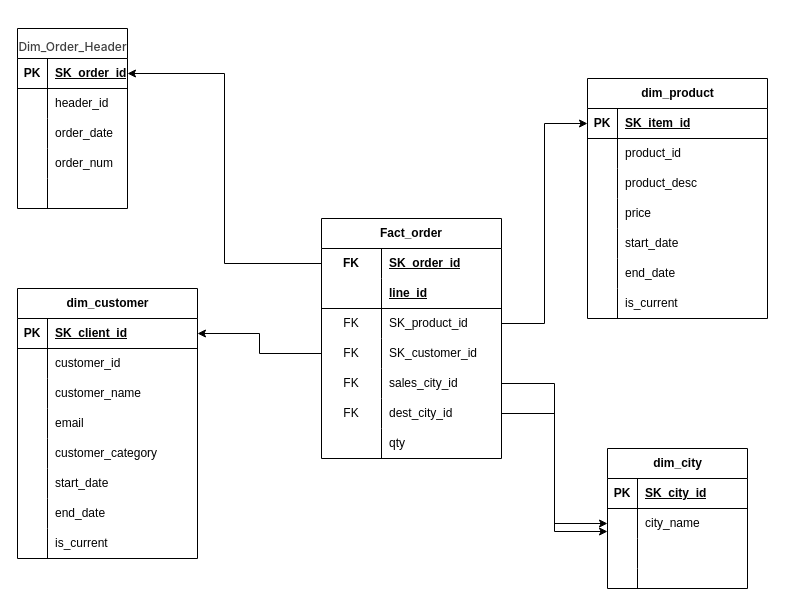
Before: DEV-1-certification/pg-attestation-2/practice/Схема звезда.drawio in nesrv/PG-DEV, a draw.io diagram. Source tidied: cells renumbered, new cells numbered last; positions are measured from the earlier drawing's top-left corner, leaving out a move shared by most shapes. Both pictures are drawn from the tidied source at 100%, with x=0, y=0 at pixel (17, 28).
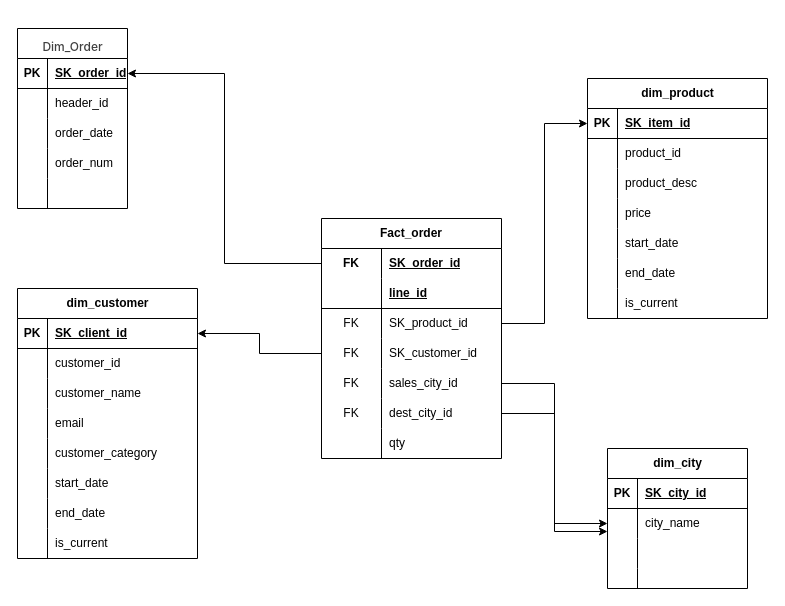
After the change.

What changed in the source:
```diff
@@
-    <mxCell id="2" value="&lt;h3 style=&quot;font-weight: 500; line-height: 1.5; margin: 18.288px 0px 13.716px; color: rgb(64, 64, 64); font-family: quote-cjk-patch, Inter, system-ui, -apple-system, BlinkMacSystemFont, &amp;quot;Segoe UI&amp;quot;, Roboto, &amp;quot;Noto Sans&amp;quot;, Ubuntu, Cantarell, &amp;quot;Helvetica Neue&amp;quot;, Oxygen, &amp;quot;Open Sans&amp;quot;, sans-serif; text-align: start; text-wrap-mode: wrap; background-color: rgb(255, 255, 255);&quot;&gt;&lt;font style=&quot;font-size: 12px;&quot;&gt;Dim_Order_Header&lt;/font&gt;&lt;/h3&gt;" style="shape=table;startSize=30;childLayout=tableLayout;rowLines=0;fontStyle=1;align=center;html=1;" parent="1" vertex="1">
+    <mxCell id="2" value="&lt;h3 style=&quot;font-weight: 500; line-height: 1.5; margin: 18.288px 0px 13.716px; color: rgb(64, 64, 64); font-family: quote-cjk-patch, Inter, system-ui, -apple-system, BlinkMacSystemFont, &amp;quot;Segoe UI&amp;quot;, Roboto, &amp;quot;Noto Sans&amp;quot;, Ubuntu, Cantarell, &amp;quot;Helvetica Neue&amp;quot;, Oxygen, &amp;quot;Open Sans&amp;quot;, sans-serif; text-align: start; text-wrap-mode: wrap; background-color: rgb(255, 255, 255);&quot;&gt;&lt;font style=&quot;font-size: 12px;&quot;&gt;Dim_Order&lt;/font&gt;&lt;/h3&gt;" style="shape=table;startSize=30;childLayout=tableLayout;rowLines=0;fontStyle=1;align=center;html=1;" parent="1" vertex="1">
       <mxGeometry width="110" height="180" as="geometry" />
     </mxCell>
```
